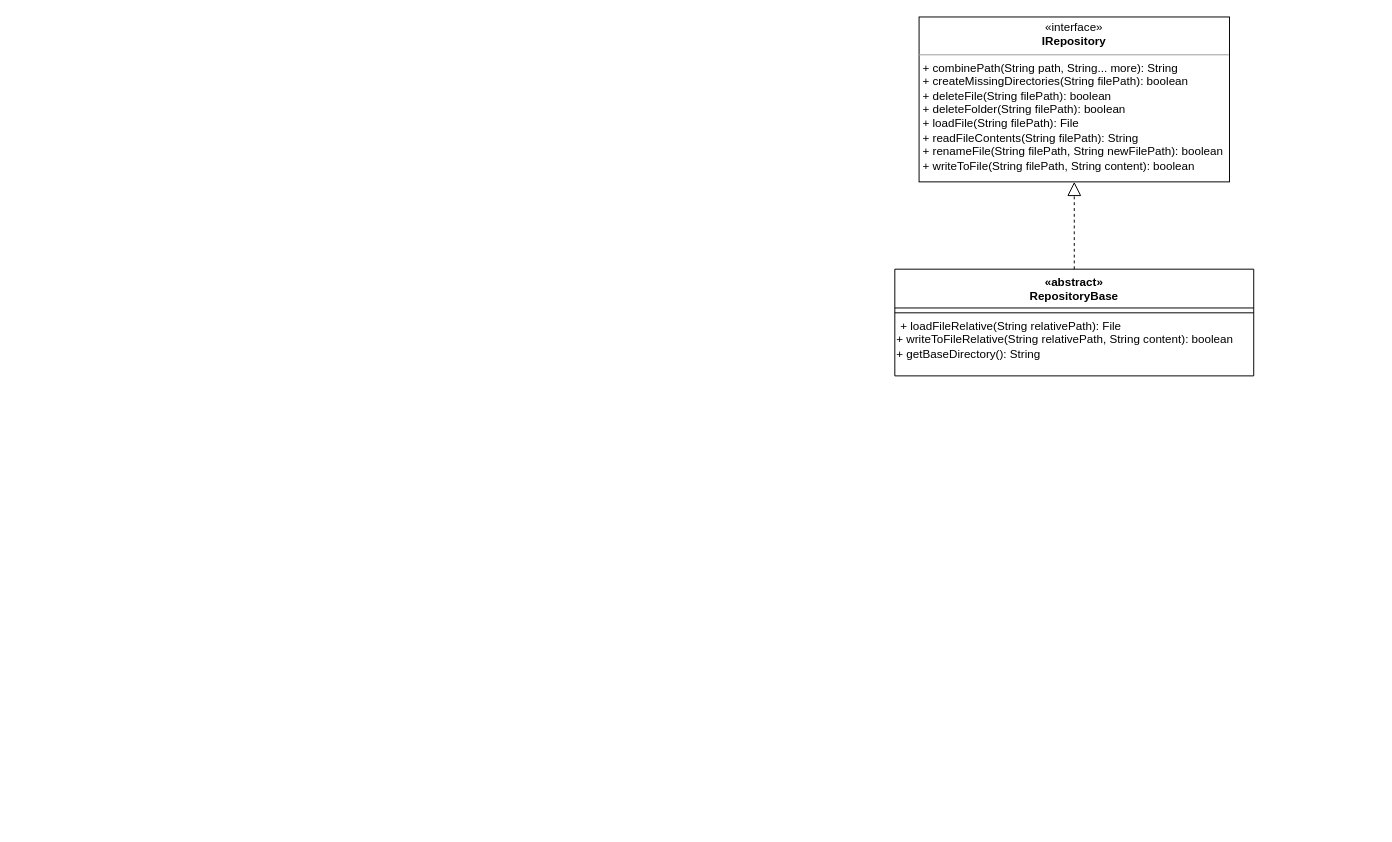
The draw.io diagram doc/workspace.drawio in VISAB-ORG/VISAB, before the edit. Source tidied: cells renumbered, new cells numbered last; positions are measured from the earlier drawing's top-left corner, leaving out a move shared by most shapes. Both pictures are drawn from the tidied source at 97%, with x=0, y=0 at pixel (894, 16).
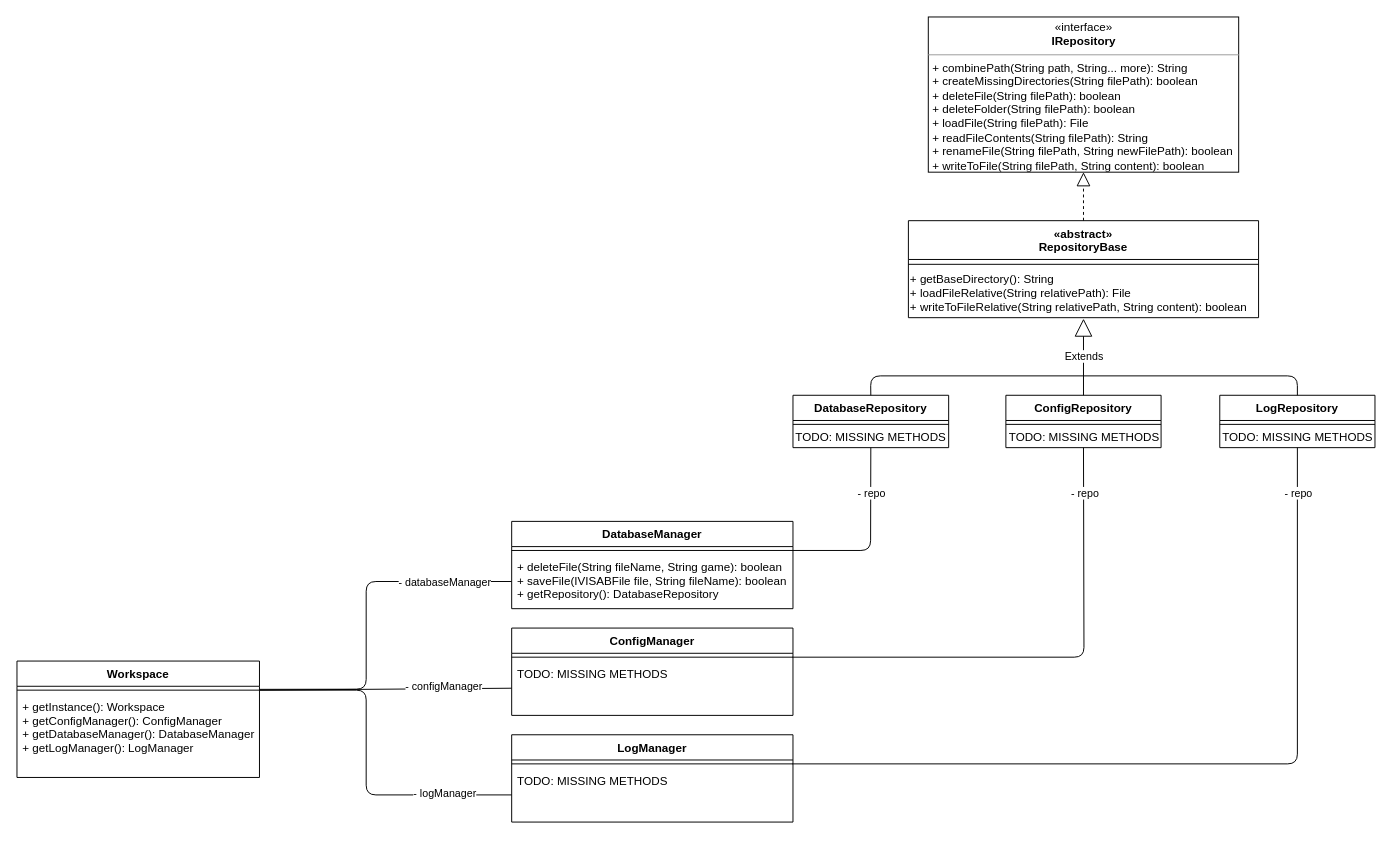
After the change.

Commit message (it also covers changes not shown here):
Add workspace uml

Diff of the diagram source:
```diff
@@
     <mxCell id="2" value="&lt;p style=&quot;margin: 0px ; margin-top: 4px ; text-align: center&quot;&gt;«interface»&lt;br&gt;&lt;b&gt;IRepository&lt;/b&gt;&lt;/p&gt;&lt;hr size=&quot;1&quot;&gt;&lt;p style=&quot;margin: 0px ; margin-left: 4px&quot;&gt;+ combinePath(String path, String... more): String&lt;/p&gt;&lt;p style=&quot;margin: 0px ; margin-left: 4px&quot;&gt;+ createMissingDirectories(String filePath): boolean&lt;/p&gt;&lt;p style=&quot;margin: 0px ; margin-left: 4px&quot;&gt;+ deleteFile(String filePath): boolean&lt;/p&gt;&lt;p style=&quot;margin: 0px ; margin-left: 4px&quot;&gt;+ deleteFolder(String filePath): boolean&lt;/p&gt;&lt;p style=&quot;margin: 0px ; margin-left: 4px&quot;&gt;&lt;span&gt;+ loadFile(String filePath): File&lt;/span&gt;&lt;br&gt;&lt;/p&gt;&lt;p style=&quot;margin: 0px ; margin-left: 4px&quot;&gt;&lt;span&gt;+ readFileContents(String filePath): String&lt;/span&gt;&lt;br&gt;&lt;/p&gt;&lt;p style=&quot;margin: 0px ; margin-left: 4px&quot;&gt;+ renameFile(String filePath, String newFilePath): boolean&lt;/p&gt;&lt;p style=&quot;margin: 0px ; margin-left: 4px&quot;&gt;+ writeToFile(String filePath, String content): boolean&lt;/p&gt;" style="verticalAlign=top;align=left;overflow=fill;fontSize=12;fontFamily=Helvetica;html=1;" parent="1" vertex="1">
-      <mxGeometry x="25" width="320" height="170" as="geometry" />
+      <mxGeometry x="34.5" width="320" height="160" as="geometry" />
     </mxCell>
     <mxCell id="3" value="«abstract»&#10;RepositoryBase" style="swimlane;fontStyle=1;align=center;verticalAlign=top;horizontal=1;startSize=40;" parent="1" vertex="1">
-      <mxGeometry y="260" width="370" height="110" as="geometry" />
+      <mxGeometry x="14" y="210" width="361" height="100" as="geometry" />
     </mxCell>
     <mxCell id="4" style="line;strokeWidth=1;fillColor=none;align=left;verticalAlign=middle;spacingTop=-1;spacingLeft=3;spacingRight=3;labelPosition=right;" parent="3" vertex="1">
-      <mxGeometry y="40" width="370" height="10" as="geometry" />
+      <mxGeometry y="40" width="361" height="10" as="geometry" />
     </mxCell>
-    <mxCell id="5" value="&lt;p style=&quot;margin: 0px 0px 0px 4px&quot;&gt;&lt;span&gt;+ loadFileRelative(String relativePath): File&lt;/span&gt;&lt;br&gt;&lt;/p&gt;&lt;span&gt;+ writeToFileRelative(String relativePath, String content): boolean&lt;br&gt;&lt;/span&gt;&lt;span&gt;+ getBaseDirectory(): String&lt;/span&gt;&lt;span&gt;&lt;br&gt;&lt;/span&gt;&lt;div&gt;&lt;br&gt;&lt;/div&gt;" style="text;html=1;align=left;verticalAlign=middle;points=[];strokeColor=none;" parent="3" vertex="1">
-      <mxGeometry y="50" width="370" height="60" as="geometry" />
+    <mxCell id="5" value="+ getBaseDirectory(): String&lt;span&gt;&lt;br&gt;+ loadFileRelative(String relativePath): File&lt;/span&gt;&lt;br&gt;&lt;span&gt;+ writeToFileRelative(String relativePath, String content): boolean&lt;br&gt;&lt;/span&gt;" style="text;html=1;align=left;verticalAlign=middle;points=[];strokeColor=none;" parent="3" vertex="1">
+      <mxGeometry y="50" width="361" height="50" as="geometry" />
     </mxCell>
@@
+    <mxCell id="7" value="Workspace" style="swimlane;fontStyle=1;align=center;verticalAlign=top;horizontal=1;startSize=26;" parent="1" vertex="1">
+      <mxGeometry x="-905" y="664" width="250" height="120" as="geometry" />
+    </mxCell>
+    <mxCell id="8" style="line;strokeWidth=1;fillColor=none;align=left;verticalAlign=middle;spacingTop=-1;spacingLeft=3;spacingRight=3;labelPosition=right;points=[];portConstraint=eastwest;" parent="7" vertex="1">
+      <mxGeometry y="26" width="250" height="8" as="geometry" />
+    </mxCell>
+    <mxCell id="9" value="+ getInstance(): Workspace&#10;+ getConfigManager(): ConfigManager&#10;+ getDatabaseManager(): DatabaseManager&#10;+ getLogManager(): LogManager" style="text;strokeColor=none;fillColor=none;align=left;verticalAlign=top;spacingLeft=4;spacingRight=4;overflow=hidden;" parent="7" vertex="1">
+      <mxGeometry y="34" width="250" height="86" as="geometry" />
+    </mxCell>
+    <mxCell id="10" value="DatabaseManager" style="swimlane;fontStyle=1;align=center;verticalAlign=top;horizontal=1;startSize=26;" parent="1" vertex="1">
+      <mxGeometry x="-395" y="520" width="290" height="90" as="geometry" />
+    </mxCell>
+    <mxCell id="11" style="line;strokeWidth=1;fillColor=none;align=left;verticalAlign=middle;spacingTop=-1;spacingLeft=3;spacingRight=3;labelPosition=right;points=[];portConstraint=eastwest;" parent="10" vertex="1">
+      <mxGeometry y="26" width="290" height="8" as="geometry" />
+    </mxCell>
+    <mxCell id="12" value="+ deleteFile(String fileName, String game): boolean&#10;+ saveFile(IVISABFile file, String fileName): boolean&#10;+ getRepository(): DatabaseRepository" style="text;strokeColor=none;fillColor=none;align=left;verticalAlign=top;spacingLeft=4;spacingRight=4;overflow=hidden;points=[[0,0.5],[1,0.5]];portConstraint=eastwest;" parent="10" vertex="1">
+      <mxGeometry y="34" width="290" height="56" as="geometry" />
+    </mxCell>
+    <mxCell id="13" value="DatabaseRepository" style="swimlane;fontStyle=1;align=center;verticalAlign=top;horizontal=1;startSize=26;" parent="1" vertex="1">
+      <mxGeometry x="-105" y="390" width="160.5" height="54" as="geometry" />
+    </mxCell>
+    <mxCell id="14" style="line;strokeWidth=1;fillColor=none;align=left;verticalAlign=middle;spacingTop=-1;spacingLeft=3;spacingRight=3;labelPosition=right;" parent="13" vertex="1">
+      <mxGeometry y="26" width="160.5" height="8" as="geometry" />
+    </mxCell>
+    <mxCell id="15" value="TODO: MISSING METHODS" style="text;html=1;align=center;verticalAlign=middle;strokeColor=none;" parent="13" vertex="1">
+      <mxGeometry y="34" width="160.5" height="20" as="geometry" />
+    </mxCell>
+    <mxCell id="16" value="ConfigRepository" style="swimlane;fontStyle=1;align=center;verticalAlign=top;horizontal=1;startSize=26;" parent="1" vertex="1">
+      <mxGeometry x="114.5" y="390" width="160" height="54" as="geometry" />
+    </mxCell>
+    <mxCell id="17" style="line;strokeWidth=1;fillColor=none;align=left;verticalAlign=middle;spacingTop=-1;spacingLeft=3;spacingRight=3;labelPosition=right;" parent="16" vertex="1">
+      <mxGeometry y="26" width="160" height="8" as="geometry" />
+    </mxCell>
+    <mxCell id="18" value="TODO: MISSING METHODS" style="text;html=1;align=center;verticalAlign=middle;strokeColor=none;" parent="16" vertex="1">
+      <mxGeometry y="34" width="160" height="20" as="geometry" />
+    </mxCell>
+    <mxCell id="19" value="LogRepository" style="swimlane;fontStyle=1;align=center;verticalAlign=top;horizontal=1;startSize=26;" parent="1" vertex="1">
+      <mxGeometry x="335" y="390" width="160" height="54" as="geometry" />
+    </mxCell>
+    <mxCell id="20" style="line;strokeWidth=1;fillColor=none;align=left;verticalAlign=middle;spacingTop=-1;spacingLeft=3;spacingRight=3;labelPosition=right;" parent="19" vertex="1">
+      <mxGeometry y="26" width="160" height="8" as="geometry" />
+    </mxCell>
+    <mxCell id="21" value="TODO: MISSING METHODS" style="text;html=1;align=center;verticalAlign=middle;strokeColor=none;" parent="19" vertex="1">
+      <mxGeometry y="34" width="160" height="20" as="geometry" />
+    </mxCell>
+    <mxCell id="22" value="Extends" style="endArrow=block;endSize=16;endFill=0;html=1;exitX=0.5;exitY=0;exitDx=0;exitDy=0;entryX=0.5;entryY=1.02;entryDx=0;entryDy=0;entryPerimeter=0;" parent="1" edge="1" source="16" target="5">
+      <mxGeometry x="0.01" relative="1" as="geometry" />
+    </mxCell>
+    <mxCell id="23" style="endArrow=none;html=1;exitX=0.5;exitY=0;exitDx=0;exitDy=0;" parent="1" edge="1" source="13">
+      <mxGeometry relative="1" as="geometry">
+        <mxPoint x="195" y="370" as="targetPoint" />
+        <Array as="points">
+          <mxPoint x="-25" y="370" />
+        </Array>
+      </mxGeometry>
+    </mxCell>
+    <mxCell id="24" style="endArrow=none;html=1;exitX=0.5;exitY=0;exitDx=0;exitDy=0;" parent="1" edge="1" source="19">
+      <mxGeometry relative="1" as="geometry">
+        <mxPoint x="195" y="370" as="targetPoint" />
+        <Array as="points">
+          <mxPoint x="415" y="370" />
+        </Array>
+      </mxGeometry>
+    </mxCell>
+    <mxCell id="25" style="endArrow=none;html=1;exitX=0.998;exitY=0.5;exitDx=0;exitDy=0;exitPerimeter=0;entryX=0.5;entryY=1;entryDx=0;entryDy=0;" parent="1" edge="1" source="11" target="13">
+      <mxGeometry relative="1" as="geometry">
+        <Array as="points">
+          <mxPoint x="-25" y="550" />
+        </Array>
+      </mxGeometry>
+    </mxCell>
+    <mxCell id="26" value="- repo" style="edgeLabel;html=1;align=center;verticalAlign=middle;" parent="25" vertex="1">
+      <mxGeometry x="-0.73" relative="1" as="geometry">
+        <mxPoint x="56" y="-60" as="offset" />
+      </mxGeometry>
+    </mxCell>
+    <mxCell id="27" value="ConfigManager" style="swimlane;fontStyle=1;align=center;verticalAlign=top;horizontal=1;startSize=26;" parent="1" vertex="1">
+      <mxGeometry x="-395" y="630" width="290" height="90" as="geometry" />
+    </mxCell>
+    <mxCell id="28" style="line;strokeWidth=1;fillColor=none;align=left;verticalAlign=middle;spacingTop=-1;spacingLeft=3;spacingRight=3;labelPosition=right;points=[];portConstraint=eastwest;" parent="27" vertex="1">
+      <mxGeometry y="26" width="290" height="8" as="geometry" />
+    </mxCell>
+    <mxCell id="29" value="TODO: MISSING METHODS" style="text;strokeColor=none;fillColor=none;align=left;verticalAlign=top;spacingLeft=4;spacingRight=4;overflow=hidden;points=[[0,0.5],[1,0.5]];portConstraint=eastwest;" parent="27" vertex="1">
+      <mxGeometry y="34" width="290" height="56" as="geometry" />
+    </mxCell>
+    <mxCell id="30" style="endArrow=none;html=1;exitX=0.998;exitY=0.5;exitDx=0;exitDy=0;exitPerimeter=0;entryX=0.5;entryY=1;entryDx=0;entryDy=0;" parent="1" edge="1" source="28" target="16">
+      <mxGeometry relative="1" as="geometry">
+        <Array as="points">
+          <mxPoint x="195" y="660" />
+        </Array>
+      </mxGeometry>
+    </mxCell>
+    <mxCell id="31" value="- repo" style="edgeLabel;html=1;align=center;verticalAlign=middle;" parent="30" vertex="1">
+      <mxGeometry x="-0.73" relative="1" as="geometry">
+        <mxPoint x="231" y="-170" as="offset" />
+      </mxGeometry>
+    </mxCell>
+    <mxCell id="32" value="LogManager" style="swimlane;fontStyle=1;align=center;verticalAlign=top;horizontal=1;startSize=26;" parent="1" vertex="1">
+      <mxGeometry x="-395" y="740" width="290" height="90" as="geometry" />
+    </mxCell>
+    <mxCell id="33" style="line;strokeWidth=1;fillColor=none;align=left;verticalAlign=middle;spacingTop=-1;spacingLeft=3;spacingRight=3;labelPosition=right;points=[];portConstraint=eastwest;" parent="32" vertex="1">
+      <mxGeometry y="26" width="290" height="8" as="geometry" />
+    </mxCell>
+    <mxCell id="34" value="TODO: MISSING METHODS" style="text;strokeColor=none;fillColor=none;align=left;verticalAlign=top;spacingLeft=4;spacingRight=4;overflow=hidden;points=[[0,0.5],[1,0.5]];portConstraint=eastwest;" parent="32" vertex="1">
+      <mxGeometry y="34" width="290" height="56" as="geometry" />
+    </mxCell>
+    <mxCell id="35" style="endArrow=none;html=1;exitX=0.998;exitY=0.5;exitDx=0;exitDy=0;exitPerimeter=0;entryX=0.5;entryY=1;entryDx=0;entryDy=0;" parent="1" edge="1" source="33" target="19">
+      <mxGeometry relative="1" as="geometry">
+        <Array as="points">
+          <mxPoint x="415" y="770" />
+        </Array>
+      </mxGeometry>
+    </mxCell>
+    <mxCell id="36" value="- repo" style="edgeLabel;html=1;align=center;verticalAlign=middle;" parent="35" vertex="1">
+      <mxGeometry x="-0.73" relative="1" as="geometry">
+        <mxPoint x="407" y="-280" as="offset" />
+      </mxGeometry>
+    </mxCell>
+    <mxCell id="37" style="endArrow=none;html=1;entryX=0;entryY=0.5;entryDx=0;entryDy=0;exitX=1;exitY=0.25;exitDx=0;exitDy=0;" parent="1" edge="1" source="7" target="34">
+      <mxGeometry relative="1" as="geometry">
+        <Array as="points">
+          <mxPoint x="-545" y="694" />
+          <mxPoint x="-545" y="802" />
+          <mxPoint x="-465" y="802" />
+        </Array>
+      </mxGeometry>
+    </mxCell>
+    <mxCell id="38" value="- logManager" style="edgeLabel;html=1;align=center;verticalAlign=middle;" parent="37" vertex="1">
+      <mxGeometry x="0.58" relative="1" as="geometry">
+        <mxPoint x="7" y="-2" as="offset" />
+      </mxGeometry>
+    </mxCell>
+    <mxCell id="39" style="endArrow=none;html=1;entryX=0;entryY=0.5;entryDx=0;entryDy=0;exitX=0.998;exitY=0.396;exitDx=0;exitDy=0;exitPerimeter=0;" parent="1" edge="1" source="8" target="12">
+      <mxGeometry relative="1" as="geometry">
+        <Array as="points">
+          <mxPoint x="-545" y="693" />
+          <mxPoint x="-545" y="582" />
+          <mxPoint x="-465" y="582" />
+        </Array>
+      </mxGeometry>
+    </mxCell>
+    <mxCell id="40" value="- databaseManager" style="edgeLabel;html=1;align=center;verticalAlign=middle;" parent="39" vertex="1">
+      <mxGeometry x="0.57" relative="1" as="geometry">
+        <mxPoint x="10" as="offset" />
+      </mxGeometry>
+    </mxCell>
+    <mxCell id="41" style="endArrow=none;html=1;exitX=1;exitY=0.25;exitDx=0;exitDy=0;entryX=0;entryY=0.5;entryDx=0;entryDy=0;" parent="1" edge="1" source="7" target="29">
+      <mxGeometry relative="1" as="geometry" />
+    </mxCell>
+    <mxCell id="42" value="- configManager" style="edgeLabel;html=1;align=center;verticalAlign=middle;" parent="41" vertex="1">
+      <mxGeometry x="0.41" relative="1" as="geometry">
+        <mxPoint x="7" y="-3" as="offset" />
+      </mxGeometry>
+    </mxCell>
```
